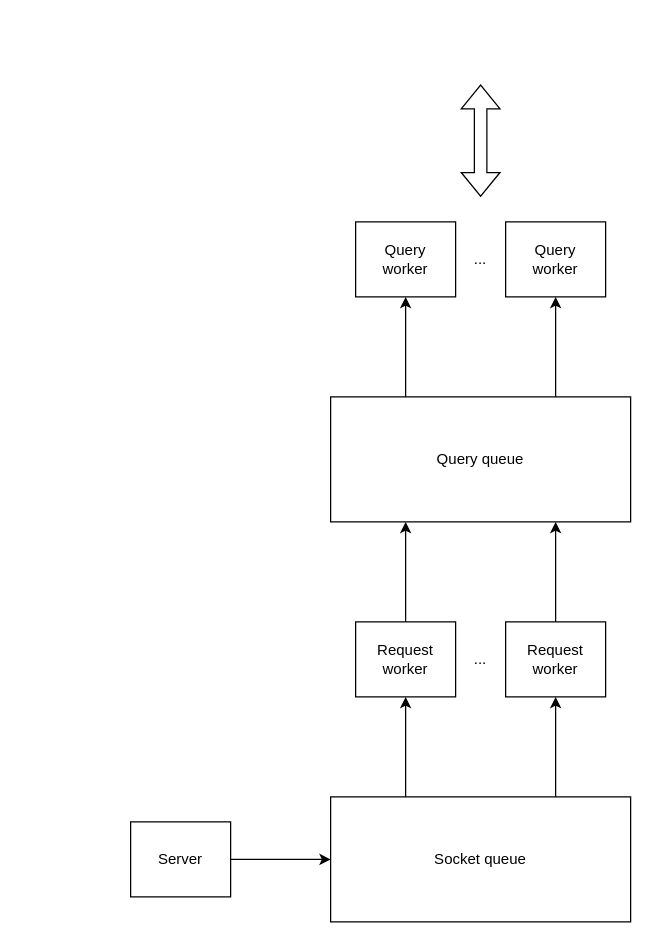
Earlier version of the draw.io diagram page "Page-2" (2 of 2) of ER.drawio (Clamentos/ProjectBlackhole). Source tidied: cells renumbered, new cells numbered last; positions are measured from the earlier drawing's top-left corner, leaving out a move shared by most shapes. Both pictures are drawn from the tidied source at 125%, with x=0, y=0 at pixel (130, 84).
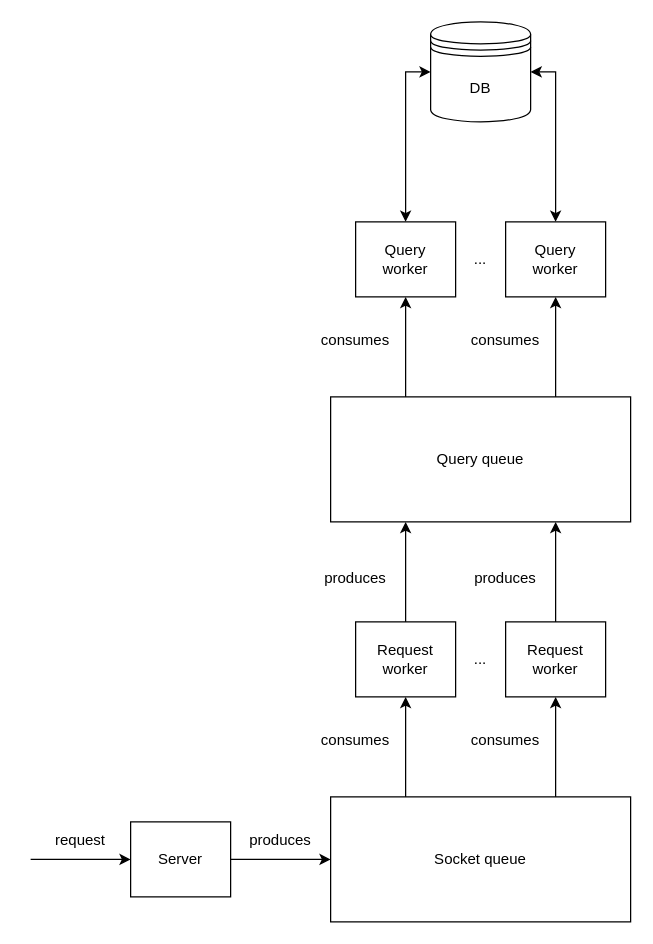
The same diagram, later.

The change refers to these unchanged cells:
```xml
<mxCell id="3" value="Server" style="rounded=0;whiteSpace=wrap;html=1;" parent="1" vertex="1">
  <mxGeometry y="590" width="80" height="60" as="geometry" />
</mxCell>
<mxCell id="15" value="Query&lt;br&gt;worker" style="rounded=0;whiteSpace=wrap;html=1;" parent="1" vertex="1">
  <mxGeometry x="180" y="110" width="80" height="60" as="geometry" />
</mxCell>
<mxCell id="16" value="Query&lt;br&gt;worker" style="rounded=0;whiteSpace=wrap;html=1;" parent="1" vertex="1">
  <mxGeometry x="300" y="110" width="80" height="60" as="geometry" />
</mxCell>
```

Diff of the diagram source:
```diff
@@
+    <mxCell id="19" style="edgeStyle=orthogonalEdgeStyle;rounded=0;jettySize=auto;html=1;startArrow=classic;startFill=1;endArrow=none;endFill=0;" parent="1" edge="1" source="3">
+      <mxGeometry relative="1" as="geometry">
+        <mxPoint x="-80" y="620" as="targetPoint" />
+      </mxGeometry>
+    </mxCell>
@@
+    <mxCell id="20" style="edgeStyle=orthogonalEdgeStyle;rounded=0;jettySize=auto;html=1;entryX=0;entryY=0.5;entryDx=0;entryDy=0;startArrow=classic;startFill=1;" parent="1" edge="1" source="15" target="29">
+      <mxGeometry relative="1" as="geometry">
+        <Array as="points">
+          <mxPoint x="220" y="-10" />
+          <mxPoint x="220" y="-10" />
+        </Array>
+      </mxGeometry>
+    </mxCell>
@@
+    <mxCell id="21" style="edgeStyle=orthogonalEdgeStyle;rounded=0;jettySize=auto;html=1;entryX=1;entryY=0.5;entryDx=0;entryDy=0;startArrow=classic;startFill=1;" parent="1" edge="1" source="16" target="29">
+      <mxGeometry relative="1" as="geometry">
+        <Array as="points">
+          <mxPoint x="340" y="-10" />
+        </Array>
+      </mxGeometry>
+    </mxCell>
@@
-    <mxCell id="18" style="shape=flexArrow;endArrow=classic;startArrow=classic;html=1;rounded=0;" parent="1" edge="1">
-      <mxGeometry relative="1" as="geometry">
-        <mxPoint x="280" y="90" as="sourcePoint" />
-        <mxPoint x="280" as="targetPoint" />
-      </mxGeometry>
-    </mxCell>
+    <mxCell id="22" value="produces" style="text;html=1;strokeColor=none;fillColor=none;align=center;verticalAlign=middle;whiteSpace=wrap;rounded=0;" parent="1" vertex="1">
+      <mxGeometry x="80" y="590" width="80" height="30" as="geometry" />
+    </mxCell>
+    <mxCell id="23" value="consumes" style="text;html=1;strokeColor=none;fillColor=none;align=center;verticalAlign=middle;whiteSpace=wrap;rounded=0;" parent="1" vertex="1">
+      <mxGeometry x="140" y="510" width="80" height="30" as="geometry" />
+    </mxCell>
+    <mxCell id="24" value="consumes" style="text;html=1;strokeColor=none;fillColor=none;align=center;verticalAlign=middle;whiteSpace=wrap;rounded=0;" parent="1" vertex="1">
+      <mxGeometry x="260" y="510" width="80" height="30" as="geometry" />
+    </mxCell>
+    <mxCell id="25" value="produces" style="text;html=1;strokeColor=none;fillColor=none;align=center;verticalAlign=middle;whiteSpace=wrap;rounded=0;" parent="1" vertex="1">
+      <mxGeometry x="140" y="380" width="80" height="30" as="geometry" />
+    </mxCell>
+    <mxCell id="26" value="produces" style="text;html=1;strokeColor=none;fillColor=none;align=center;verticalAlign=middle;whiteSpace=wrap;rounded=0;" parent="1" vertex="1">
+      <mxGeometry x="260" y="380" width="80" height="30" as="geometry" />
+    </mxCell>
+    <mxCell id="27" value="consumes" style="text;html=1;strokeColor=none;fillColor=none;align=center;verticalAlign=middle;whiteSpace=wrap;rounded=0;" parent="1" vertex="1">
+      <mxGeometry x="140" y="190" width="80" height="30" as="geometry" />
+    </mxCell>
+    <mxCell id="28" value="consumes" style="text;html=1;strokeColor=none;fillColor=none;align=center;verticalAlign=middle;whiteSpace=wrap;rounded=0;" parent="1" vertex="1">
+      <mxGeometry x="260" y="190" width="80" height="30" as="geometry" />
+    </mxCell>
+    <mxCell id="29" value="DB" style="shape=datastore;whiteSpace=wrap;html=1;" parent="1" vertex="1">
+      <mxGeometry x="240" y="-50" width="80" height="80" as="geometry" />
+    </mxCell>
+    <mxCell id="30" value="request" style="text;html=1;strokeColor=none;fillColor=none;align=center;verticalAlign=middle;whiteSpace=wrap;rounded=0;" parent="1" vertex="1">
+      <mxGeometry x="-80" y="590" width="80" height="30" as="geometry" />
+    </mxCell>
```
